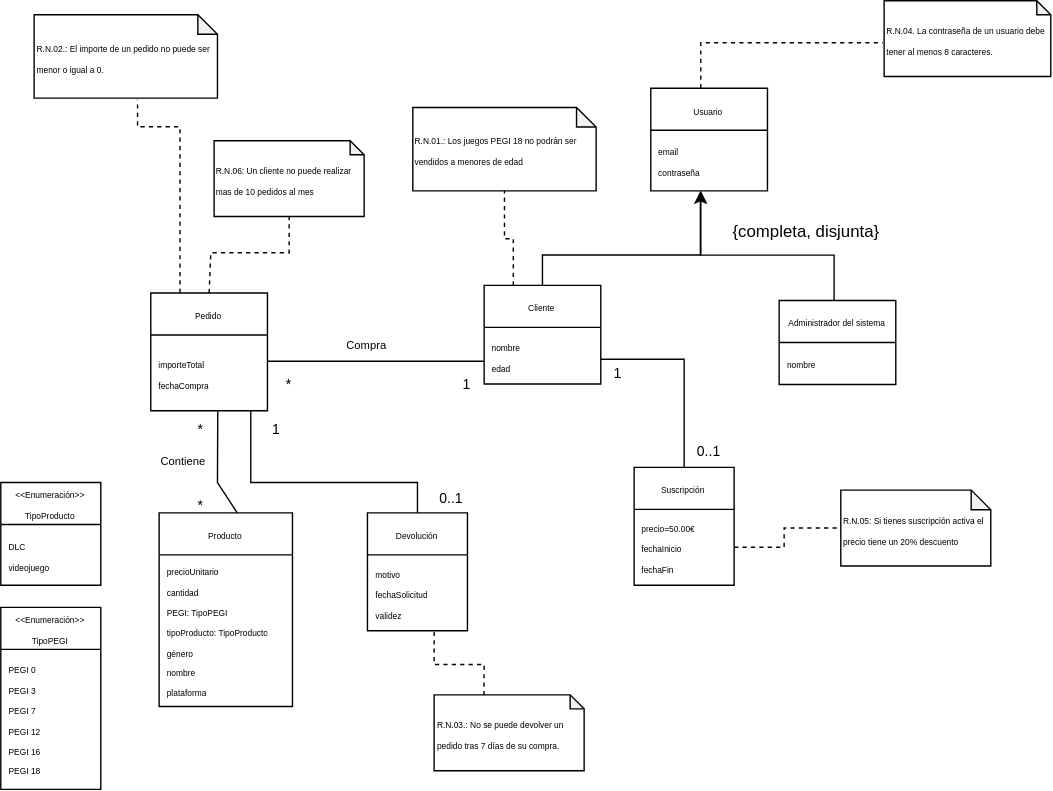
Earlier version of the draw.io export images/TiendaVideojuegos.drawio.svg (adrianlancharrobayon/proyecto-curso-iissi1-2026-CFB3977). Source tidied: cells renumbered, new cells last; positions are measured from the earlier drawing's top-left corner, leaving out a move shared by most shapes.
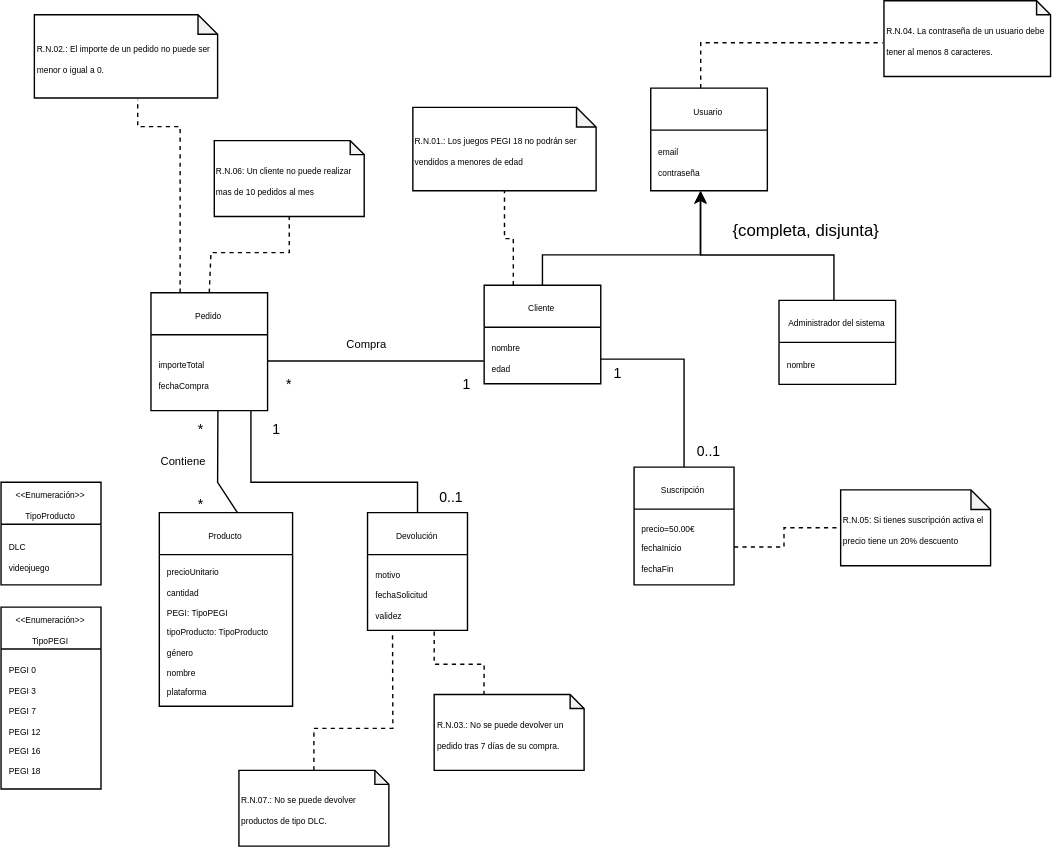
Later version of the same file.

The edit, as a diff of the source:
```diff
@@ -204,5 +204,16 @@
         </Array>
       </mxGeometry>
     </mxCell>
+    <mxCell id="49" value="&lt;div&gt;&lt;span style=&quot;font-size: 6px;&quot;&gt;R.N.07.:&amp;nbsp;&lt;/span&gt;&lt;span style=&quot;font-size: 6px; background-color: transparent; color: light-dark(rgb(0, 0, 0), rgb(255, 255, 255));&quot;&gt;No se puede devolver productos de tipo DLC.&lt;/span&gt;&lt;/div&gt;" style="shape=note;whiteSpace=wrap;html=1;backgroundOutline=1;darkOpacity=0.05;align=left;size=10;" parent="1" vertex="1">
+      <mxGeometry x="170" y="550" width="107.1" height="54.2" as="geometry" />
+    </mxCell>
+    <mxCell id="50" style="endArrow=none;dashed=1;html=1;rounded=0;defaultLabelBackgroundColor=page;entryX=0.25;entryY=1;entryDx=0;entryDy=0;exitX=0.5;exitY=0;exitDx=0;exitDy=0;exitPerimeter=0;" parent="1" edge="1" source="49" target="11">
+      <mxGeometry relative="1" as="geometry">
+        <Array as="points">
+          <mxPoint x="223.6" y="520" />
+          <mxPoint x="280" y="520" />
+        </Array>
+      </mxGeometry>
+    </mxCell>
   </root>
 </mxGraphModel>
```
